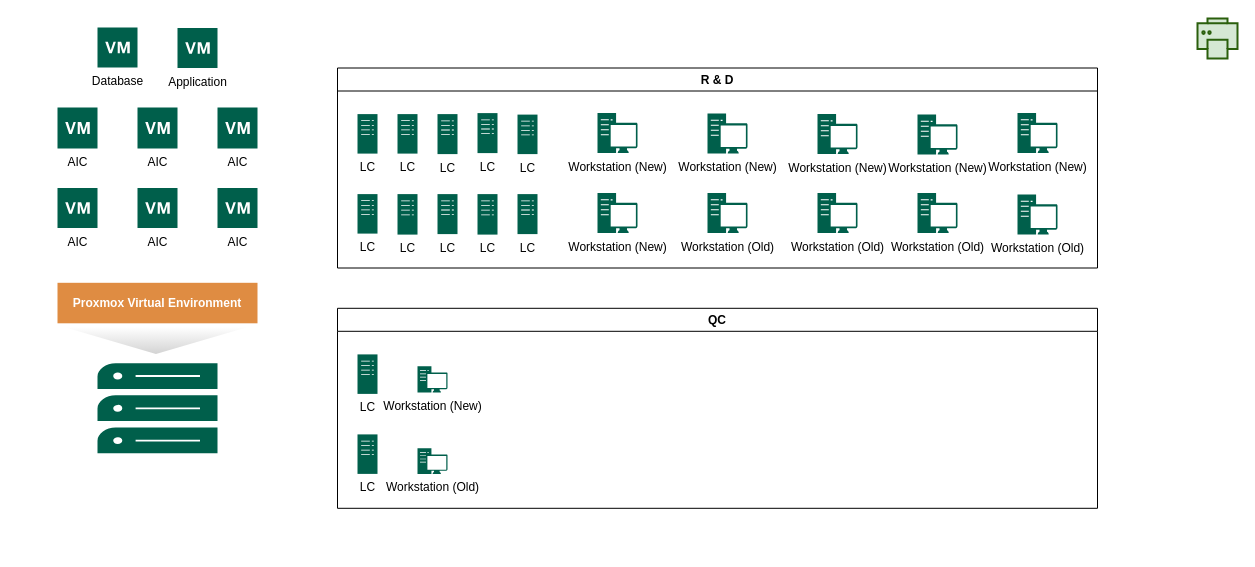
The draw.io diagram R&D Network Veriosn.drawio in rwo001/FP, before the edit. Source tidied: cells renumbered, new cells numbered last; positions are measured from the earlier drawing's top-left corner, leaving out a move shared by most shapes. Both pictures are drawn from the tidied source at 100%, with x=0, y=0 at pixel (57, 18).
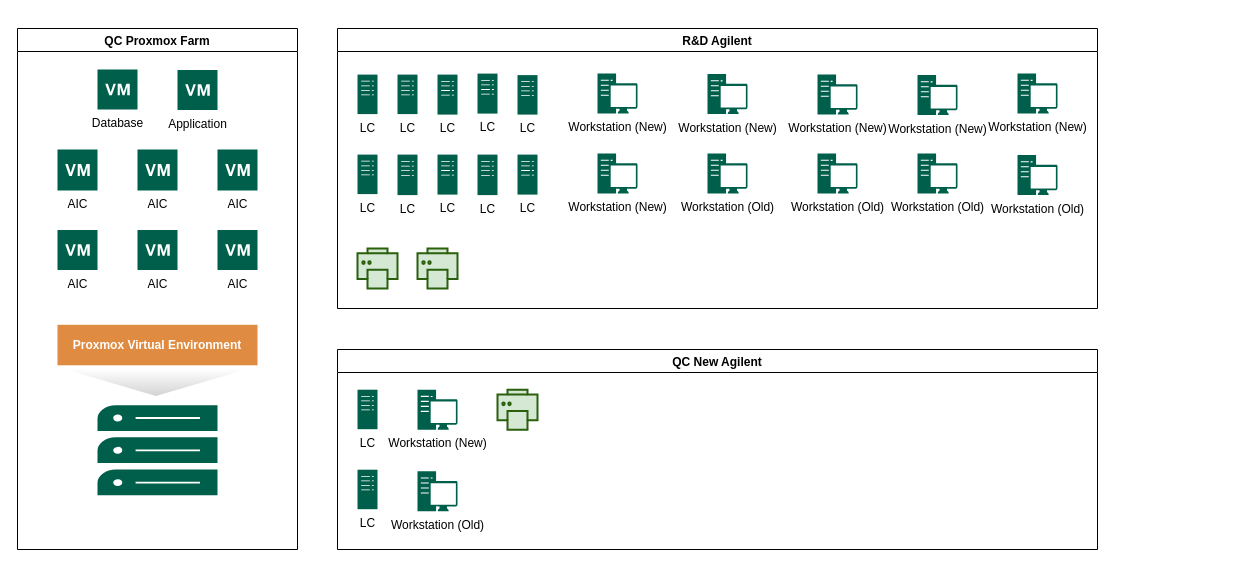
The same page after the edit.

The edit, as a diff of the source:
```diff
@@
-    <mxCell id="2" value="AIC" style="sketch=0;shadow=0;dashed=0;html=1;strokeColor=none;fillColor=#005F4B;labelPosition=center;verticalLabelPosition=bottom;verticalAlign=top;align=center;shape=mxgraph.veeam2.virtual_machine;" parent="1" vertex="1">
-      <mxGeometry y="89" width="40" height="41" as="geometry" />
-    </mxCell>
-    <mxCell id="3" style="html=1;verticalLabelPosition=bottom;align=center;labelBackgroundColor=#ffffff;verticalAlign=top;strokeWidth=2;strokeColor=light-dark(#2a5f0c, #446e2c);shadow=0;dashed=0;shape=mxgraph.ios7.icons.printer;fillColor=#d5e8d4;" parent="1" vertex="1">
-      <mxGeometry x="1140" width="40" height="40" as="geometry" />
-    </mxCell>
-    <mxCell id="4" value="Database" style="sketch=0;shadow=0;dashed=0;html=1;strokeColor=none;fillColor=#005F4B;labelPosition=center;verticalLabelPosition=bottom;verticalAlign=top;align=center;shape=mxgraph.veeam2.virtual_machine;" parent="1" vertex="1">
-      <mxGeometry x="40" y="9" width="40" height="40" as="geometry" />
-    </mxCell>
-    <mxCell id="5" value="Application" style="sketch=0;shadow=0;dashed=0;html=1;strokeColor=none;fillColor=#005F4B;labelPosition=center;verticalLabelPosition=bottom;verticalAlign=top;align=center;shape=mxgraph.veeam2.virtual_machine;" parent="1" vertex="1">
-      <mxGeometry x="120" y="9.5" width="40" height="40" as="geometry" />
-    </mxCell>
-    <mxCell id="6" value="AIC" style="sketch=0;shadow=0;dashed=0;html=1;strokeColor=none;fillColor=#005F4B;labelPosition=center;verticalLabelPosition=bottom;verticalAlign=top;align=center;shape=mxgraph.veeam2.virtual_machine;" parent="1" vertex="1">
-      <mxGeometry x="80" y="89" width="40" height="41" as="geometry" />
-    </mxCell>
-    <mxCell id="7" value="AIC" style="sketch=0;shadow=0;dashed=0;html=1;strokeColor=none;fillColor=#005F4B;labelPosition=center;verticalLabelPosition=bottom;verticalAlign=top;align=center;shape=mxgraph.veeam2.virtual_machine;" parent="1" vertex="1">
-      <mxGeometry y="169.5" width="40" height="40" as="geometry" />
-    </mxCell>
-    <mxCell id="8" value="AIC" style="sketch=0;shadow=0;dashed=0;html=1;strokeColor=none;fillColor=#005F4B;labelPosition=center;verticalLabelPosition=bottom;verticalAlign=top;align=center;shape=mxgraph.veeam2.virtual_machine;" parent="1" vertex="1">
-      <mxGeometry x="160" y="89" width="40" height="41" as="geometry" />
-    </mxCell>
-    <mxCell id="9" value="&lt;span style=&quot;font-family: helvetica, arial, verdana, sans-serif;&quot;&gt;&lt;b style=&quot;&quot;&gt;&lt;font style=&quot;color: light-dark(rgb(255, 255, 255), rgb(237, 237, 237));&quot;&gt;Proxmox Virtual Environment&lt;/font&gt;&lt;/b&gt;&lt;/span&gt;" style="align=center;verticalAlign=middle;fontFamily=Tahoma;fillColor=#df8c42;strokeColor=none;fontColor=#ffffff;strokeWidth=2;html=1;whiteSpace=wrap;spacing=6;fontStyle=0;" parent="1" vertex="1">
-      <mxGeometry y="264.3" width="200" height="40.5" as="geometry" />
-    </mxCell>
-    <mxCell id="10" style="triangle;whiteSpace=wrap;html=1;gradientColor=#D3D3D3;strokeColor=none;gradientDirection=east;rotation=90;" parent="1" vertex="1">
-      <mxGeometry x="85" y="230" width="26.9" height="184" as="geometry" />
-    </mxCell>
-    <mxCell id="11" style="sketch=0;shadow=0;dashed=0;html=1;strokeColor=none;fillColor=#005F4B;labelPosition=center;verticalLabelPosition=bottom;verticalAlign=top;align=center;shape=mxgraph.veeam2.server_stack;" parent="1" vertex="1">
-      <mxGeometry x="40" y="344.8" width="120" height="90" as="geometry" />
-    </mxCell>
-    <mxCell id="12" value="AIC" style="sketch=0;shadow=0;dashed=0;html=1;strokeColor=none;fillColor=#005F4B;labelPosition=center;verticalLabelPosition=bottom;verticalAlign=top;align=center;shape=mxgraph.veeam2.virtual_machine;" parent="1" vertex="1">
-      <mxGeometry x="80" y="169.5" width="40" height="40" as="geometry" />
-    </mxCell>
-    <mxCell id="13" value="AIC" style="sketch=0;shadow=0;dashed=0;html=1;strokeColor=none;fillColor=#005F4B;labelPosition=center;verticalLabelPosition=bottom;verticalAlign=top;align=center;shape=mxgraph.veeam2.virtual_machine;" parent="1" vertex="1">
-      <mxGeometry x="160" y="169.5" width="40" height="40" as="geometry" />
-    </mxCell>
-    <mxCell id="14" value="R &amp; D" style="swimlane;" parent="1" vertex="1">
-      <mxGeometry x="280" y="49.5" width="760" height="200" as="geometry" />
+    <mxCell id="14" value="R&amp;D Agilent" style="swimlane;" parent="1" vertex="1">
+      <mxGeometry x="280" y="10" width="760" height="280" as="geometry" />
     </mxCell>
@@
+    <mxCell id="40" style="html=1;verticalLabelPosition=bottom;align=center;labelBackgroundColor=#ffffff;verticalAlign=top;strokeWidth=2;strokeColor=light-dark(#2a5f0c, #446e2c);shadow=0;dashed=0;shape=mxgraph.ios7.icons.printer;fillColor=#d5e8d4;" parent="14" vertex="1">
+      <mxGeometry x="20" y="220" width="40" height="40" as="geometry" />
+    </mxCell>
+    <mxCell id="41" style="html=1;verticalLabelPosition=bottom;align=center;labelBackgroundColor=#ffffff;verticalAlign=top;strokeWidth=2;strokeColor=light-dark(#2a5f0c, #446e2c);shadow=0;dashed=0;shape=mxgraph.ios7.icons.printer;fillColor=#d5e8d4;" parent="14" vertex="1">
+      <mxGeometry x="80" y="220" width="40" height="40" as="geometry" />
+    </mxCell>
-    <mxCell id="35" value="QC" style="swimlane;" parent="1" vertex="1">
-      <mxGeometry x="280" y="289.8" width="760" height="200" as="geometry" />
+    <mxCell id="35" value="QC New Agilent" style="swimlane;startSize=23;" parent="1" vertex="1">
+      <mxGeometry x="280" y="331" width="760" height="200" as="geometry" />
     </mxCell>
-    <mxCell id="36" value="LC" style="sketch=0;shadow=0;dashed=0;html=1;strokeColor=none;fillColor=#005F4B;labelPosition=center;verticalLabelPosition=bottom;verticalAlign=top;align=center;shape=mxgraph.veeam2.server;" parent="35" vertex="1">
-      <mxGeometry x="20" y="46.1" width="20" height="39.5" as="geometry" />
-    </mxCell>
-    <mxCell id="37" value="LC" style="sketch=0;shadow=0;dashed=0;html=1;strokeColor=none;fillColor=#005F4B;labelPosition=center;verticalLabelPosition=bottom;verticalAlign=top;align=center;shape=mxgraph.veeam2.server;" parent="35" vertex="1">
-      <mxGeometry x="20" y="126.1" width="20" height="39.5" as="geometry" />
-    </mxCell>
+    <mxCell id="42" value="LC" style="sketch=0;shadow=0;dashed=0;html=1;strokeColor=none;fillColor=#005F4B;labelPosition=center;verticalLabelPosition=bottom;verticalAlign=top;align=center;shape=mxgraph.veeam2.server;" parent="35" vertex="1">
+      <mxGeometry x="20" y="40.2" width="20" height="39.5" as="geometry" />
+    </mxCell>
+    <mxCell id="43" value="LC" style="sketch=0;shadow=0;dashed=0;html=1;strokeColor=none;fillColor=#005F4B;labelPosition=center;verticalLabelPosition=bottom;verticalAlign=top;align=center;shape=mxgraph.veeam2.server;" parent="35" vertex="1">
+      <mxGeometry x="20" y="120.2" width="20" height="39.5" as="geometry" />
+    </mxCell>
     <mxCell id="38" value="Workstation (New)" style="sketch=0;shadow=0;dashed=0;html=1;strokeColor=none;fillColor=#005F4B;labelPosition=center;verticalLabelPosition=bottom;verticalAlign=top;align=center;shape=mxgraph.veeam2.workstation;" parent="35" vertex="1">
-      <mxGeometry x="80" y="58" width="30" height="26.1" as="geometry" />
+      <mxGeometry x="80" y="40.2" width="40" height="40" as="geometry" />
     </mxCell>
     <mxCell id="39" value="Workstation (Old)" style="sketch=0;shadow=0;dashed=0;html=1;strokeColor=none;fillColor=#005F4B;labelPosition=center;verticalLabelPosition=bottom;verticalAlign=top;align=center;shape=mxgraph.veeam2.workstation;" parent="35" vertex="1">
-      <mxGeometry x="80" y="140" width="30" height="25.6" as="geometry" />
+      <mxGeometry x="80" y="121.8" width="40" height="40" as="geometry" />
     </mxCell>
+    <mxCell id="44" style="html=1;verticalLabelPosition=bottom;align=center;labelBackgroundColor=#ffffff;verticalAlign=top;strokeWidth=2;strokeColor=light-dark(#2a5f0c, #446e2c);shadow=0;dashed=0;shape=mxgraph.ios7.icons.printer;fillColor=#d5e8d4;" parent="35" vertex="1">
+      <mxGeometry x="160" y="40.2" width="40" height="40" as="geometry" />
+    </mxCell>
+    <mxCell id="45" value="QC Proxmox Farm" style="swimlane;" parent="1" vertex="1">
+      <mxGeometry x="-40" y="10" width="280" height="521" as="geometry" />
+    </mxCell>
+    <mxCell id="46" value="AIC" style="sketch=0;shadow=0;dashed=0;html=1;strokeColor=none;fillColor=#005F4B;labelPosition=center;verticalLabelPosition=bottom;verticalAlign=top;align=center;shape=mxgraph.veeam2.virtual_machine;" parent="45" vertex="1">
+      <mxGeometry x="40" y="121" width="40" height="41" as="geometry" />
+    </mxCell>
+    <mxCell id="4" value="Database" style="sketch=0;shadow=0;dashed=0;html=1;strokeColor=none;fillColor=#005F4B;labelPosition=center;verticalLabelPosition=bottom;verticalAlign=top;align=center;shape=mxgraph.veeam2.virtual_machine;" parent="45" vertex="1">
+      <mxGeometry x="80" y="41" width="40" height="40" as="geometry" />
+    </mxCell>
+    <mxCell id="5" value="Application" style="sketch=0;shadow=0;dashed=0;html=1;strokeColor=none;fillColor=#005F4B;labelPosition=center;verticalLabelPosition=bottom;verticalAlign=top;align=center;shape=mxgraph.veeam2.virtual_machine;" parent="45" vertex="1">
+      <mxGeometry x="160" y="41.5" width="40" height="40" as="geometry" />
+    </mxCell>
+    <mxCell id="47" value="AIC" style="sketch=0;shadow=0;dashed=0;html=1;strokeColor=none;fillColor=#005F4B;labelPosition=center;verticalLabelPosition=bottom;verticalAlign=top;align=center;shape=mxgraph.veeam2.virtual_machine;" parent="45" vertex="1">
+      <mxGeometry x="120" y="121" width="40" height="41" as="geometry" />
+    </mxCell>
+    <mxCell id="48" value="AIC" style="sketch=0;shadow=0;dashed=0;html=1;strokeColor=none;fillColor=#005F4B;labelPosition=center;verticalLabelPosition=bottom;verticalAlign=top;align=center;shape=mxgraph.veeam2.virtual_machine;" parent="45" vertex="1">
+      <mxGeometry x="40" y="201.5" width="40" height="40" as="geometry" />
+    </mxCell>
+    <mxCell id="49" value="AIC" style="sketch=0;shadow=0;dashed=0;html=1;strokeColor=none;fillColor=#005F4B;labelPosition=center;verticalLabelPosition=bottom;verticalAlign=top;align=center;shape=mxgraph.veeam2.virtual_machine;" parent="45" vertex="1">
+      <mxGeometry x="200" y="121" width="40" height="41" as="geometry" />
+    </mxCell>
+    <mxCell id="9" value="&lt;span style=&quot;font-family: helvetica, arial, verdana, sans-serif;&quot;&gt;&lt;b style=&quot;&quot;&gt;&lt;font style=&quot;color: light-dark(rgb(255, 255, 255), rgb(237, 237, 237));&quot;&gt;Proxmox Virtual Environment&lt;/font&gt;&lt;/b&gt;&lt;/span&gt;" style="align=center;verticalAlign=middle;fontFamily=Tahoma;fillColor=#df8c42;strokeColor=none;fontColor=#ffffff;strokeWidth=2;html=1;whiteSpace=wrap;spacing=6;fontStyle=0;" parent="45" vertex="1">
+      <mxGeometry x="40" y="296.3" width="200" height="40.5" as="geometry" />
+    </mxCell>
+    <mxCell id="50" style="triangle;whiteSpace=wrap;html=1;gradientColor=#D3D3D3;strokeColor=none;gradientDirection=east;rotation=90;" parent="45" vertex="1">
+      <mxGeometry x="125" y="262" width="26.9" height="184" as="geometry" />
+    </mxCell>
+    <mxCell id="51" style="sketch=0;shadow=0;dashed=0;html=1;strokeColor=none;fillColor=#005F4B;labelPosition=center;verticalLabelPosition=bottom;verticalAlign=top;align=center;shape=mxgraph.veeam2.server_stack;" parent="45" vertex="1">
+      <mxGeometry x="80" y="376.8" width="120" height="90" as="geometry" />
+    </mxCell>
+    <mxCell id="52" value="AIC" style="sketch=0;shadow=0;dashed=0;html=1;strokeColor=none;fillColor=#005F4B;labelPosition=center;verticalLabelPosition=bottom;verticalAlign=top;align=center;shape=mxgraph.veeam2.virtual_machine;" parent="45" vertex="1">
+      <mxGeometry x="120" y="201.5" width="40" height="40" as="geometry" />
+    </mxCell>
+    <mxCell id="53" value="AIC" style="sketch=0;shadow=0;dashed=0;html=1;strokeColor=none;fillColor=#005F4B;labelPosition=center;verticalLabelPosition=bottom;verticalAlign=top;align=center;shape=mxgraph.veeam2.virtual_machine;" parent="45" vertex="1">
+      <mxGeometry x="200" y="201.5" width="40" height="40" as="geometry" />
+    </mxCell>
```
